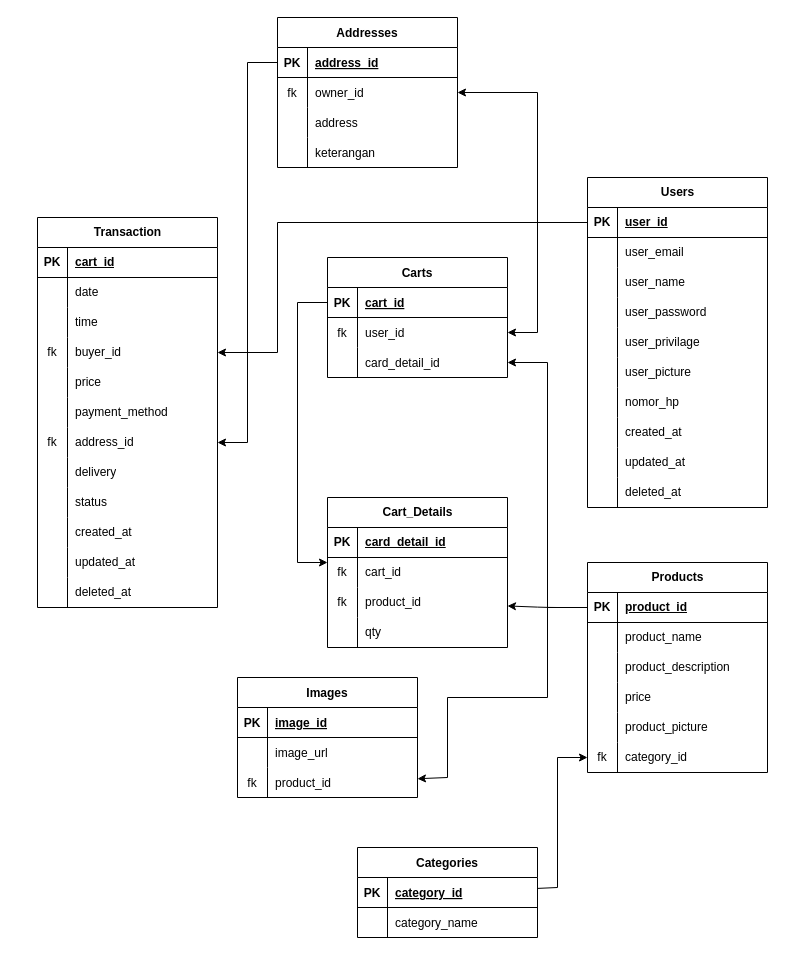
Before: catering_db.drawio in Cingihimut/catering-apps, a draw.io diagram. Source tidied: cells renumbered, new cells numbered last; positions are measured from the earlier drawing's top-left corner, leaving out a move shared by most shapes. Both pictures are drawn from the tidied source at 100%, with x=0, y=0 at pixel (37, 17).
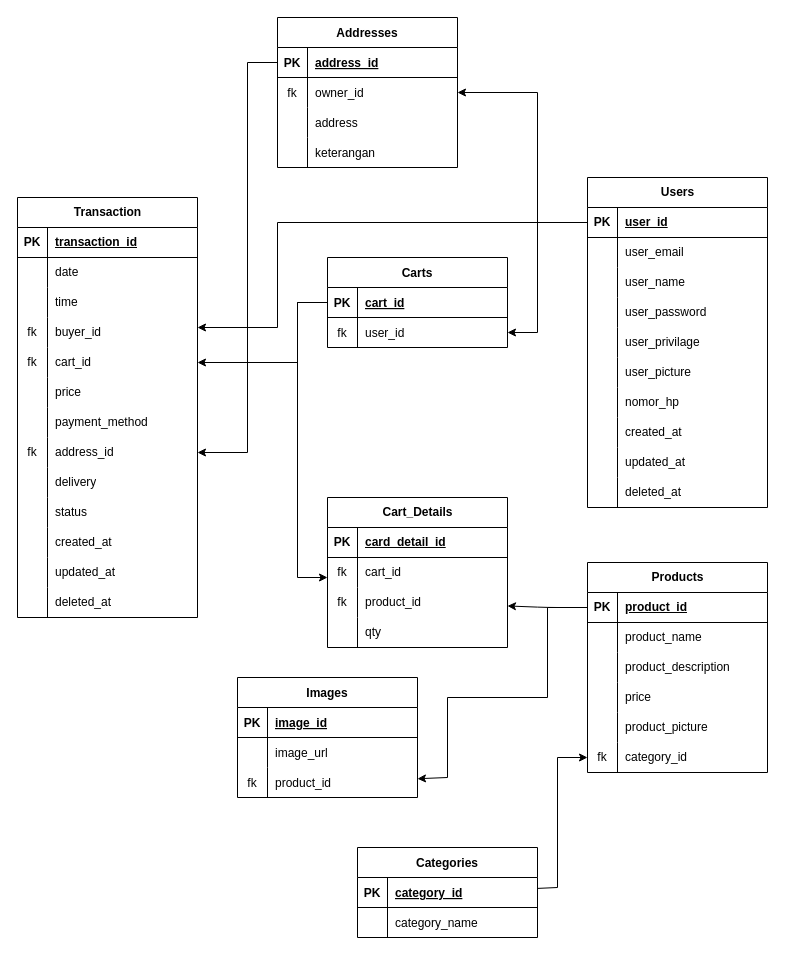
The same page after the edit.

The change refers to these unchanged cells:
```xml
<mxCell id="3" style="shape=tableRow;horizontal=0;startSize=0;swimlaneHead=0;swimlaneBody=0;fillColor=none;points=[[0,0.5],[1,0.5]];portConstraint=eastwest;top=0;left=0;right=0;bottom=1;" parent="2" vertex="1">
  <mxGeometry y="30" width="180" height="30" as="geometry" />
</mxCell>
<mxCell id="34" style="shape=tableRow;horizontal=0;startSize=0;swimlaneHead=0;swimlaneBody=0;fillColor=none;points=[[0,0.5],[1,0.5]];portConstraint=eastwest;top=0;left=0;right=0;bottom=1;" parent="33" vertex="1">
  <mxGeometry y="30" width="180" height="30" as="geometry" />
</mxCell>
<mxCell id="53" style="shape=tableRow;horizontal=0;startSize=0;swimlaneHead=0;swimlaneBody=0;fillColor=none;top=0;left=0;right=0;bottom=1;" parent="52" vertex="1">
  <mxGeometry y="30" width="180" height="30" as="geometry" />
</mxCell>
<mxCell id="93" style="shape=tableRow;horizontal=0;startSize=0;swimlaneHead=0;swimlaneBody=0;fillColor=none;points=[[0,0.5],[1,0.5]];portConstraint=eastwest;top=0;left=0;right=0;bottom=0;" parent="89" vertex="1">
  <mxGeometry y="60" width="180" height="30" as="geometry" />
</mxCell>
<mxCell id="105" style="shape=tableRow;horizontal=0;startSize=0;swimlaneHead=0;swimlaneBody=0;fillColor=none;points=[[0,0.5],[1,0.5]];portConstraint=eastwest;top=0;left=0;right=0;bottom=1;" parent="104" vertex="1">
  <mxGeometry y="30" width="180" height="30" as="geometry" />
</mxCell>
<mxCell id="140" style="shape=tableRow;horizontal=0;startSize=0;swimlaneHead=0;swimlaneBody=0;fillColor=none;points=[[0,0.5],[1,0.5]];portConstraint=eastwest;top=0;left=0;right=0;bottom=1;" parent="139" vertex="1">
  <mxGeometry y="30" width="180" height="30" as="geometry" />
</mxCell>
```

Diff of the diagram source:
```diff
@@
     <mxCell id="52" value="Transaction" style="shape=table;startSize=30;childLayout=tableLayout;rowLines=0;fontStyle=1;align=center;html=1;" parent="1" vertex="1">
-      <mxGeometry y="200" width="180" height="390" as="geometry" />
+      <mxGeometry x="-20" y="180" width="180" height="420" as="geometry" />
     </mxCell>
@@
-    <mxCell id="55" value="cart_id" style="shape=partialRectangle;fillColor=none;top=0;left=0;bottom=0;right=0;align=left;spacingLeft=6;fontStyle=5;overflow=hidden;whiteSpace=wrap;html=1;" parent="53" vertex="1">
+    <mxCell id="55" value="transaction_id" style="shape=partialRectangle;fillColor=none;top=0;left=0;bottom=0;right=0;align=left;spacingLeft=6;fontStyle=5;overflow=hidden;whiteSpace=wrap;html=1;" parent="53" vertex="1">
       <mxGeometry x="30" width="150" height="30" as="geometry" />
     </mxCell>
@@
+    <mxCell id="151" style="shape=tableRow;horizontal=0;startSize=0;swimlaneHead=0;swimlaneBody=0;fillColor=none;points=[[0,0.5],[1,0.5]];portConstraint=eastwest;top=0;left=0;right=0;bottom=0;" parent="52" vertex="1">
+      <mxGeometry y="120" width="180" height="30" as="geometry" />
+    </mxCell>
+    <mxCell id="152" value="fk" style="shape=partialRectangle;fillColor=none;top=0;left=0;bottom=0;right=0;overflow=hidden;whiteSpace=wrap;html=1;" parent="151" vertex="1">
+      <mxGeometry width="30" height="30" as="geometry" />
+    </mxCell>
+    <mxCell id="153" value="buyer_id" style="shape=partialRectangle;fillColor=none;top=0;left=0;bottom=0;right=0;align=left;spacingLeft=6;overflow=hidden;whiteSpace=wrap;html=1;" parent="151" vertex="1">
+      <mxGeometry x="30" width="150" height="30" as="geometry" />
+    </mxCell>
     <mxCell id="62" style="shape=tableRow;horizontal=0;startSize=0;swimlaneHead=0;swimlaneBody=0;fillColor=none;points=[[0,0.5],[1,0.5]];portConstraint=eastwest;top=0;left=0;right=0;bottom=0;" parent="52" vertex="1">
-      <mxGeometry y="120" width="180" height="30" as="geometry" />
+      <mxGeometry y="150" width="180" height="30" as="geometry" />
     </mxCell>
@@
-    <mxCell id="64" value="buyer_id" style="shape=partialRectangle;fillColor=none;top=0;left=0;bottom=0;right=0;align=left;spacingLeft=6;overflow=hidden;whiteSpace=wrap;html=1;" parent="62" vertex="1">
+    <mxCell id="64" value="cart_id" style="shape=partialRectangle;fillColor=none;top=0;left=0;bottom=0;right=0;align=left;spacingLeft=6;overflow=hidden;whiteSpace=wrap;html=1;" parent="62" vertex="1">
       <mxGeometry x="30" width="150" height="30" as="geometry" />
     </mxCell>
     <mxCell id="65" style="shape=tableRow;horizontal=0;startSize=0;swimlaneHead=0;swimlaneBody=0;fillColor=none;top=0;left=0;right=0;bottom=0;" parent="52" vertex="1">
-      <mxGeometry y="150" width="180" height="30" as="geometry" />
+      <mxGeometry y="180" width="180" height="30" as="geometry" />
     </mxCell>
@@
     <mxCell id="68" style="shape=tableRow;horizontal=0;startSize=0;swimlaneHead=0;swimlaneBody=0;fillColor=none;top=0;left=0;right=0;bottom=0;" parent="52" vertex="1">
-      <mxGeometry y="180" width="180" height="30" as="geometry" />
+      <mxGeometry y="210" width="180" height="30" as="geometry" />
     </mxCell>
@@
     <mxCell id="71" style="shape=tableRow;horizontal=0;startSize=0;swimlaneHead=0;swimlaneBody=0;fillColor=none;points=[[0,0.5],[1,0.5]];portConstraint=eastwest;top=0;left=0;right=0;bottom=0;" parent="52" vertex="1">
-      <mxGeometry y="210" width="180" height="30" as="geometry" />
+      <mxGeometry y="240" width="180" height="30" as="geometry" />
     </mxCell>
@@
     <mxCell id="74" style="shape=tableRow;horizontal=0;startSize=0;swimlaneHead=0;swimlaneBody=0;fillColor=none;top=0;left=0;right=0;bottom=0;" parent="52" vertex="1">
-      <mxGeometry y="240" width="180" height="30" as="geometry" />
+      <mxGeometry y="270" width="180" height="30" as="geometry" />
     </mxCell>
@@
     <mxCell id="77" style="shape=tableRow;horizontal=0;startSize=0;swimlaneHead=0;swimlaneBody=0;fillColor=none;top=0;left=0;right=0;bottom=0;" parent="52" vertex="1">
-      <mxGeometry y="270" width="180" height="30" as="geometry" />
+      <mxGeometry y="300" width="180" height="30" as="geometry" />
     </mxCell>
@@
     <mxCell id="80" style="shape=tableRow;horizontal=0;startSize=0;swimlaneHead=0;swimlaneBody=0;fillColor=none;top=0;left=0;right=0;bottom=0;" parent="52" vertex="1">
-      <mxGeometry y="300" width="180" height="30" as="geometry" />
+      <mxGeometry y="330" width="180" height="30" as="geometry" />
     </mxCell>
@@
     <mxCell id="83" style="shape=tableRow;horizontal=0;startSize=0;swimlaneHead=0;swimlaneBody=0;fillColor=none;top=0;left=0;right=0;bottom=0;" parent="52" vertex="1">
-      <mxGeometry y="330" width="180" height="30" as="geometry" />
+      <mxGeometry y="360" width="180" height="30" as="geometry" />
     </mxCell>
@@
     <mxCell id="86" style="shape=tableRow;horizontal=0;startSize=0;swimlaneHead=0;swimlaneBody=0;fillColor=none;top=0;left=0;right=0;bottom=0;" parent="52" vertex="1">
-      <mxGeometry y="360" width="180" height="30" as="geometry" />
+      <mxGeometry y="390" width="180" height="30" as="geometry" />
     </mxCell>
@@
-    <mxCell id="102" style="edgeStyle=orthogonalEdgeStyle;rounded=0;jettySize=auto;html=1;" parent="1" edge="1" source="3" target="62">
+    <mxCell id="102" style="edgeStyle=orthogonalEdgeStyle;rounded=0;jettySize=auto;html=1;" parent="1" edge="1" source="3" target="151">
       <mxGeometry relative="1" as="geometry">
         <Array as="points">
           <mxPoint x="240" y="205" />
-          <mxPoint x="240" y="335" />
+          <mxPoint x="240" y="310" />
         </Array>
       </mxGeometry>
     </mxCell>
     <mxCell id="103" style="edgeStyle=orthogonalEdgeStyle;rounded=0;jettySize=auto;html=1;exitX=0;exitY=0.5;exitDx=0;exitDy=0;" parent="1" edge="1" source="140" target="93">
       <mxGeometry relative="1" as="geometry">
         <Array as="points">
           <mxPoint x="260" y="285" />
-          <mxPoint x="260" y="545" />
+          <mxPoint x="260" y="560" />
         </Array>
       </mxGeometry>
     </mxCell>
@@
     <mxCell id="118" style="edgeStyle=none;rounded=0;html=1;strokeColor=default;" parent="1" edge="1" source="105" target="71">
       <mxGeometry relative="1" as="geometry">
         <Array as="points">
           <mxPoint x="210" y="45" />
-          <mxPoint x="210" y="425" />
+          <mxPoint x="210" y="435" />
         </Array>
       </mxGeometry>
     </mxCell>
-    <mxCell id="119" style="edgeStyle=none;rounded=0;html=1;" parent="1" edge="1" source="34" target="146">
-      <mxGeometry relative="1" as="geometry">
-        <Array as="points">
-          <mxPoint x="510" y="590" />
-          <mxPoint x="510" y="345" />
-        </Array>
-      </mxGeometry>
-    </mxCell>
@@
     <mxCell id="139" value="Carts" style="shape=table;startSize=30;childLayout=tableLayout;rowLines=0;fontStyle=1;align=center;" parent="1" vertex="1">
-      <mxGeometry x="290" y="240" width="180" height="120" as="geometry" />
+      <mxGeometry x="290" y="240" width="180" height="90" as="geometry" />
     </mxCell>
@@
-    <mxCell id="146" style="shape=tableRow;horizontal=0;startSize=0;swimlaneHead=0;swimlaneBody=0;fillColor=none;points=[[0,0.5],[1,0.5]];portConstraint=eastwest;top=0;left=0;right=0;bottom=0;" parent="139" vertex="1">
-      <mxGeometry y="90" width="180" height="30" as="geometry" />
-    </mxCell>
-    <mxCell id="147" style="shape=partialRectangle;fillColor=none;top=0;left=0;bottom=0;right=0;overflow=hidden;" parent="146" vertex="1">
-      <mxGeometry width="30" height="30" as="geometry" />
-    </mxCell>
-    <mxCell id="148" value="card_detail_id" style="shape=partialRectangle;fillColor=none;top=0;left=0;bottom=0;right=0;align=left;spacingLeft=6;overflow=hidden;" parent="146" vertex="1">
-      <mxGeometry x="30" width="150" height="30" as="geometry" />
-    </mxCell>
@@
+    <mxCell id="154" style="edgeStyle=none;html=1;rounded=0;" parent="1" edge="1" source="140" target="62">
+      <mxGeometry relative="1" as="geometry">
+        <Array as="points">
+          <mxPoint x="260" y="285" />
+          <mxPoint x="260" y="345" />
+        </Array>
+      </mxGeometry>
+    </mxCell>
```
